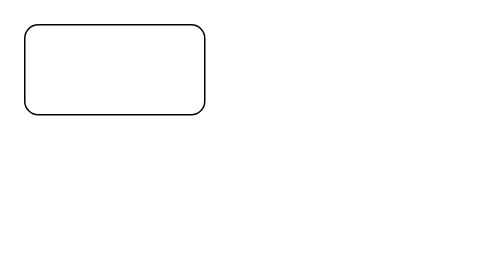
Above: workflow.drawio in gyh-ustc/Graduation-Dissertation (draw.io), before the change. Source tidied: cells renumbered, new cells numbered last; positions are measured from the earlier drawing's top-left corner, leaving out a move shared by most shapes. Both pictures are drawn from the tidied source at 150%, with x=0, y=0 at pixel (24, 24). Pictures stored in the file or linked from it are replaced by grey dashed boxes.
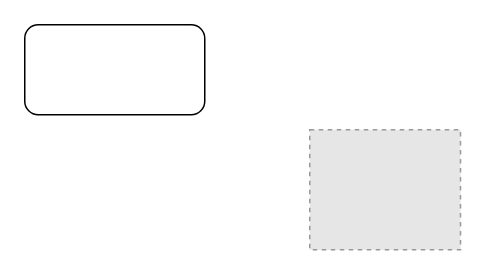
The same diagram, later.

The edit, as a diff of the source:
```diff
@@
 <mxGraphModel>
   <root>
     <mxCell id="0" />
     <mxCell id="1" parent="0" />
     <mxCell id="2" style="rounded=1;whiteSpace=wrap;html=1;" parent="1" vertex="1">
       <mxGeometry width="120" height="60" as="geometry" />
     </mxCell>
+    <mxCell id="3" style="fillColor=#E6E6E6;strokeColor=#999999;dashed=1;verticalLabelPosition=bottom;labelBackgroundColor=default;verticalAlign=top;" parent="1" vertex="1">
+      <mxGeometry x="190" y="70" width="100.5" height="80" as="geometry" />
+    </mxCell>
   </root>
 </mxGraphModel>
```
